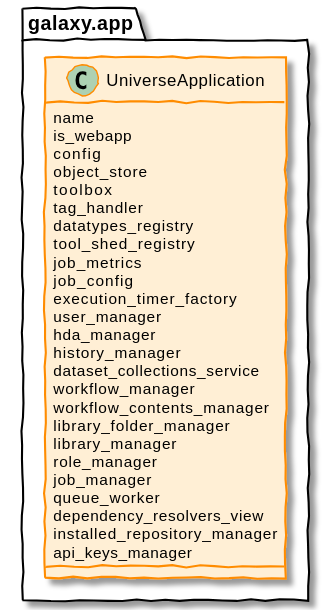
galaxyproject/training-material keeps this PlantUML diagram as topics/dev/images/app_py2.plantuml.svg. Above is the earlier version. The source it was exported from:
```plantuml
@startuml


!include plantuml_options.txt

package "galaxy.app" {

class UniverseApplication {
    name
    is_webapp
    config
    object_store
    toolbox
    tag_handler
    datatypes_registry
    tool_shed_registry
    job_metrics
    job_config
    execution_timer_factory
    user_manager
    hda_manager
    history_manager
    dataset_collections_service
    workflow_manager
    workflow_contents_manager
    library_folder_manager
    library_manager
    role_manager
    job_manager
    queue_worker
    dependency_resolvers_view
    installed_repository_manager
    api_keys_manager
}
@enduml
```
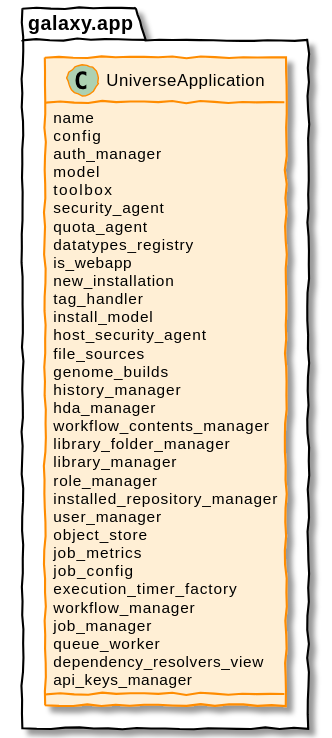
Later version of the same file.

The edit, as a diff of the source:
```diff
@@ -3,33 +3,39 @@
 
 !include plantuml_options.txt
 
-package "galaxy.app" {
-
-class UniverseApplication {
+class galaxy.app.UniverseApplication {
     name
+    config
+    auth_manager
+    model
+    toolbox
+    security_agent
+    quota_agent
+    datatypes_registry
     is_webapp
-    config
-    object_store
-    toolbox
+    new_installation
     tag_handler
-    datatypes_registry
-    tool_shed_registry
-    job_metrics
-    job_config
-    execution_timer_factory
-    user_manager
+    install_model
+    host_security_agent
+    file_sources
+    genome_builds
+    history_manager
     hda_manager
-    history_manager
-    dataset_collections_service
-    workflow_manager
     workflow_contents_manager
     library_folder_manager
     library_manager
     role_manager
+    installed_repository_manager
+    user_manager
+    object_store
+    job_metrics
+    job_config
+    execution_timer_factory
+    workflow_manager
     job_manager
     queue_worker
     dependency_resolvers_view
-    installed_repository_manager
     api_keys_manager
 }
+
 @enduml
```
